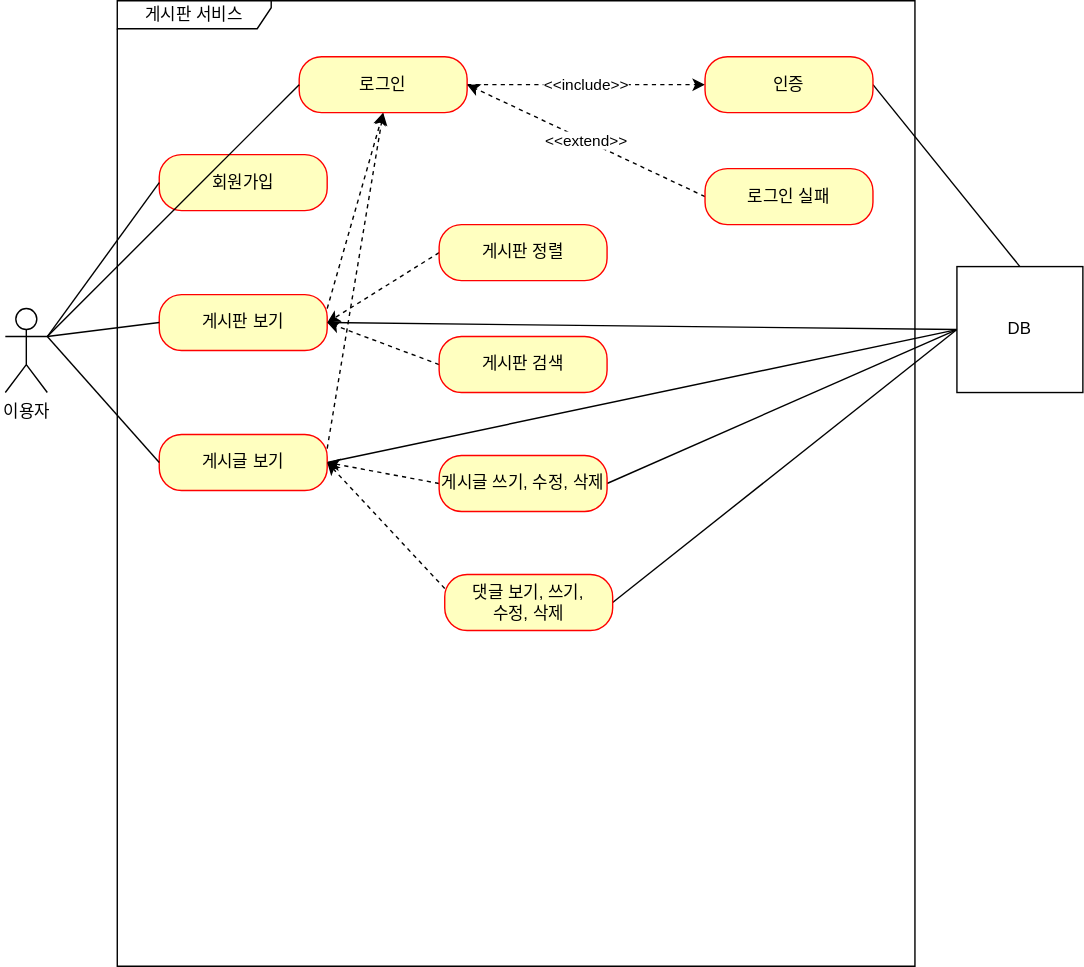
whwlsgkr7/MyProject-board keeps this draw.io diagram as document/use-case.svg. Above is the earlier version. Source tidied: cells renumbered, new cells last; positions are measured from the earlier drawing's top-left corner, leaving out a move shared by most shapes.
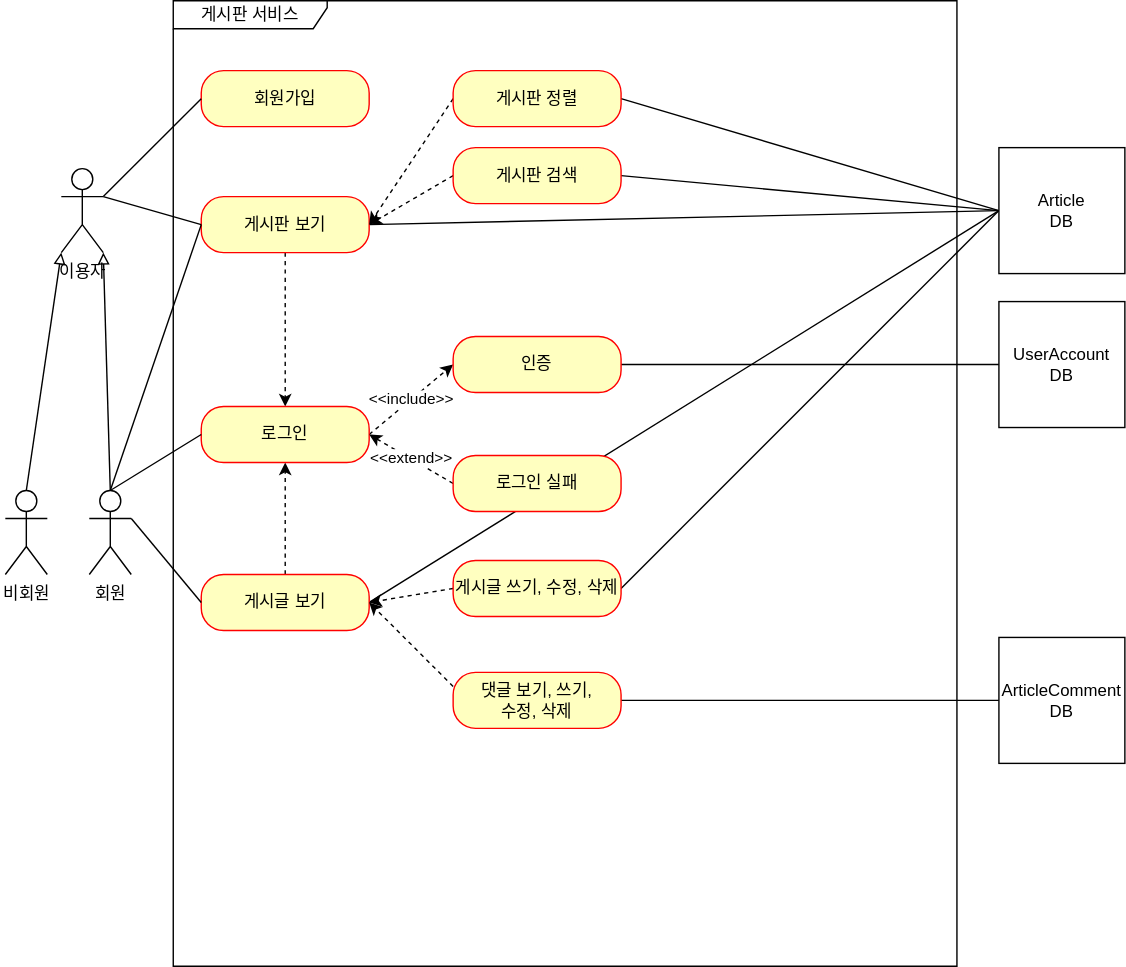
Later version of the same file.

Commit message:
use-case 업데이트

Diff of the diagram source:
```diff
@@ -3,72 +3,76 @@
     <mxCell id="0" />
     <mxCell id="1" parent="0" />
     <mxCell id="2" value="이용자" style="shape=umlActor;verticalLabelPosition=bottom;verticalAlign=top;html=1;" parent="1" vertex="1">
-      <mxGeometry y="220" width="30" height="60" as="geometry" />
+      <mxGeometry x="10" y="120" width="30" height="60" as="geometry" />
     </mxCell>
     <mxCell id="3" value="게시판 서비스" style="shape=umlFrame;whiteSpace=wrap;html=1;width=110;height=20;" parent="1" vertex="1">
-      <mxGeometry x="80" width="570" height="690" as="geometry" />
+      <mxGeometry x="90" width="560" height="690" as="geometry" />
     </mxCell>
     <mxCell id="4" value="회원가입" style="rounded=1;whiteSpace=wrap;html=1;arcSize=40;fontColor=#000000;fillColor=#ffffc0;strokeColor=#ff0000;" parent="1" vertex="1">
-      <mxGeometry x="110" y="110" width="120" height="40" as="geometry" />
+      <mxGeometry x="110" y="50" width="120" height="40" as="geometry" />
     </mxCell>
+    <mxCell id="6" style="edgeStyle=none;rounded=0;jettySize=auto;html=1;exitX=1;exitY=0.5;exitDx=0;exitDy=0;entryX=0;entryY=0.5;entryDx=0;entryDy=0;endArrow=none;endFill=0;" parent="1" edge="1" source="7" target="31">
+      <mxGeometry relative="1" as="geometry" />
+    </mxCell>
-    <mxCell id="5" style="edgeStyle=none;rounded=0;jettySize=auto;html=1;exitX=1;exitY=0.25;exitDx=0;exitDy=0;entryX=0.5;entryY=1;entryDx=0;entryDy=0;endArrow=classic;endFill=1;dashed=1;" parent="1" edge="1" source="7" target="12">
+    <mxCell id="5" style="edgeStyle=orthogonalEdgeStyle;rounded=0;jettySize=auto;html=1;exitX=0.5;exitY=1;exitDx=0;exitDy=0;entryX=0.5;entryY=0;entryDx=0;entryDy=0;dashed=1;" parent="1" edge="1" source="7" target="12">
       <mxGeometry relative="1" as="geometry" />
     </mxCell>
-    <mxCell id="6" style="edgeStyle=none;rounded=0;jettySize=auto;html=1;exitX=1;exitY=0.5;exitDx=0;exitDy=0;entryX=0;entryY=0.5;entryDx=0;entryDy=0;endArrow=none;endFill=0;" parent="1" edge="1" source="7" target="31">
-      <mxGeometry relative="1" as="geometry" />
-    </mxCell>
     <mxCell id="7" value="게시판 보기" style="rounded=1;whiteSpace=wrap;html=1;arcSize=40;fontColor=#000000;fillColor=#ffffc0;strokeColor=#ff0000;" parent="1" vertex="1">
-      <mxGeometry x="110" y="210" width="120" height="40" as="geometry" />
+      <mxGeometry x="110" y="140" width="120" height="40" as="geometry" />
     </mxCell>
-    <mxCell id="8" style="edgeStyle=none;rounded=0;jettySize=auto;html=1;exitX=1;exitY=0.25;exitDx=0;exitDy=0;endArrow=classic;endFill=1;dashed=1;" parent="1" edge="1" source="10">
-      <mxGeometry relative="1" as="geometry">
-        <mxPoint x="270" y="80" as="targetPoint" />
-      </mxGeometry>
-    </mxCell>
     <mxCell id="9" style="edgeStyle=none;rounded=0;jettySize=auto;html=1;exitX=1;exitY=0.5;exitDx=0;exitDy=0;entryX=0;entryY=0.5;entryDx=0;entryDy=0;endArrow=none;endFill=0;" parent="1" edge="1" source="10" target="31">
       <mxGeometry relative="1" as="geometry" />
     </mxCell>
+    <mxCell id="32" style="edgeStyle=orthogonalEdgeStyle;rounded=0;jettySize=auto;html=1;exitX=0.5;exitY=0;exitDx=0;exitDy=0;entryX=0.5;entryY=1;entryDx=0;entryDy=0;dashed=1;" parent="1" edge="1" source="10" target="12">
+      <mxGeometry relative="1" as="geometry" />
+    </mxCell>
     <mxCell id="10" value="게시글 보기" style="rounded=1;whiteSpace=wrap;html=1;arcSize=40;fontColor=#000000;fillColor=#ffffc0;strokeColor=#ff0000;" parent="1" vertex="1">
-      <mxGeometry x="110" y="310" width="120" height="40" as="geometry" />
+      <mxGeometry x="110" y="410" width="120" height="40" as="geometry" />
     </mxCell>
     <mxCell id="11" value="&amp;lt;&amp;lt;include&amp;gt;&amp;gt;" style="rounded=0;jettySize=auto;html=1;exitX=1;exitY=0.5;exitDx=0;exitDy=0;entryX=0;entryY=0.5;entryDx=0;entryDy=0;endArrow=classic;endFill=1;dashed=1;" parent="1" edge="1" source="12" target="16">
       <mxGeometry relative="1" as="geometry" />
     </mxCell>
     <mxCell id="12" value="로그인" style="rounded=1;whiteSpace=wrap;html=1;arcSize=40;fontColor=#000000;fillColor=#ffffc0;strokeColor=#ff0000;" parent="1" vertex="1">
-      <mxGeometry x="210" y="40" width="120" height="40" as="geometry" />
+      <mxGeometry x="110" y="290" width="120" height="40" as="geometry" />
     </mxCell>
     <mxCell id="13" value="&amp;lt;&amp;lt;extend&amp;gt;&amp;gt;" style="rounded=0;jettySize=auto;html=1;exitX=0;exitY=0.5;exitDx=0;exitDy=0;entryX=1;entryY=0.5;entryDx=0;entryDy=0;dashed=1;endArrow=classic;endFill=1;" parent="1" edge="1" source="14" target="12">
       <mxGeometry relative="1" as="geometry" />
     </mxCell>
     <mxCell id="14" value="로그인 실패" style="rounded=1;whiteSpace=wrap;html=1;arcSize=40;fontColor=#000000;fillColor=#ffffc0;strokeColor=#ff0000;" parent="1" vertex="1">
-      <mxGeometry x="500" y="120" width="120" height="40" as="geometry" />
+      <mxGeometry x="290" y="325" width="120" height="40" as="geometry" />
     </mxCell>
-    <mxCell id="15" style="edgeStyle=none;rounded=0;jettySize=auto;html=1;exitX=1;exitY=0.5;exitDx=0;exitDy=0;entryX=0.5;entryY=0;entryDx=0;entryDy=0;endArrow=none;endFill=0;" parent="1" edge="1" source="16" target="31">
-      <mxGeometry relative="1" as="geometry" />
-    </mxCell>
+    <mxCell id="33" style="rounded=0;jettySize=auto;html=1;exitX=1;exitY=0.5;exitDx=0;exitDy=0;entryX=0;entryY=0.5;entryDx=0;entryDy=0;endArrow=none;endFill=0;" parent="1" edge="1" source="16" target="42">
+      <mxGeometry relative="1" as="geometry" />
+    </mxCell>
     <mxCell id="16" value="인증" style="rounded=1;whiteSpace=wrap;html=1;arcSize=40;fontColor=#000000;fillColor=#ffffc0;strokeColor=#ff0000;" parent="1" vertex="1">
-      <mxGeometry x="500" y="40" width="120" height="40" as="geometry" />
+      <mxGeometry x="290" y="240" width="120" height="40" as="geometry" />
     </mxCell>
     <mxCell id="17" style="edgeStyle=none;rounded=0;jettySize=auto;html=1;exitX=0;exitY=0.5;exitDx=0;exitDy=0;entryX=1;entryY=0.5;entryDx=0;entryDy=0;dashed=1;" parent="1" edge="1" source="18" target="7">
       <mxGeometry relative="1" as="geometry" />
     </mxCell>
+    <mxCell id="34" style="rounded=0;jettySize=auto;html=1;exitX=1;exitY=0.5;exitDx=0;exitDy=0;entryX=0;entryY=0.5;entryDx=0;entryDy=0;endArrow=none;endFill=0;" parent="1" edge="1" source="18" target="31">
+      <mxGeometry relative="1" as="geometry" />
+    </mxCell>
     <mxCell id="18" value="게시판 검색" style="rounded=1;whiteSpace=wrap;html=1;arcSize=40;fontColor=#000000;fillColor=#ffffc0;strokeColor=#ff0000;" parent="1" vertex="1">
-      <mxGeometry x="310" y="240" width="120" height="40" as="geometry" />
+      <mxGeometry x="290" y="105" width="120" height="40" as="geometry" />
     </mxCell>
     <mxCell id="19" style="edgeStyle=none;rounded=0;jettySize=auto;html=1;exitX=0;exitY=0.5;exitDx=0;exitDy=0;entryX=1;entryY=0.5;entryDx=0;entryDy=0;dashed=1;" parent="1" edge="1" source="20" target="7">
       <mxGeometry relative="1" as="geometry" />
     </mxCell>
+    <mxCell id="35" style="rounded=0;jettySize=auto;html=1;exitX=1;exitY=0.5;exitDx=0;exitDy=0;entryX=0;entryY=0.5;entryDx=0;entryDy=0;endArrow=none;endFill=0;" parent="1" edge="1" source="20" target="31">
+      <mxGeometry relative="1" as="geometry" />
+    </mxCell>
     <mxCell id="20" value="게시판 정렬" style="rounded=1;whiteSpace=wrap;html=1;arcSize=40;fontColor=#000000;fillColor=#ffffc0;strokeColor=#ff0000;" parent="1" vertex="1">
-      <mxGeometry x="310" y="160" width="120" height="40" as="geometry" />
+      <mxGeometry x="290" y="50" width="120" height="40" as="geometry" />
     </mxCell>
     <mxCell id="21" style="edgeStyle=none;rounded=0;jettySize=auto;html=1;exitX=0;exitY=0.25;exitDx=0;exitDy=0;entryX=1;entryY=0.5;entryDx=0;entryDy=0;dashed=1;" parent="1" edge="1" source="23" target="10">
       <mxGeometry relative="1" as="geometry" />
     </mxCell>
-    <mxCell id="22" style="edgeStyle=none;rounded=0;jettySize=auto;html=1;exitX=1;exitY=0.5;exitDx=0;exitDy=0;entryX=0;entryY=0.5;entryDx=0;entryDy=0;endArrow=none;endFill=0;" parent="1" edge="1" source="23" target="31">
-      <mxGeometry relative="1" as="geometry" />
-    </mxCell>
+    <mxCell id="36" style="rounded=0;jettySize=auto;html=1;exitX=1;exitY=0.5;exitDx=0;exitDy=0;entryX=0;entryY=0.5;entryDx=0;entryDy=0;endArrow=none;endFill=0;" parent="1" edge="1" source="23" target="43">
+      <mxGeometry relative="1" as="geometry" />
+    </mxCell>
     <mxCell id="23" value="댓글 보기, 쓰기, &lt;br&gt;수정, 삭제" style="rounded=1;whiteSpace=wrap;html=1;arcSize=40;fontColor=#000000;fillColor=#ffffc0;strokeColor=#ff0000;" parent="1" vertex="1">
-      <mxGeometry x="314" y="410" width="120" height="40" as="geometry" />
+      <mxGeometry x="290" y="480" width="120" height="40" as="geometry" />
     </mxCell>
     <mxCell id="24" style="edgeStyle=none;rounded=0;jettySize=auto;html=1;exitX=0;exitY=0.5;exitDx=0;exitDy=0;entryX=1;entryY=0.5;entryDx=0;entryDy=0;dashed=1;" parent="1" edge="1" source="26" target="10">
       <mxGeometry relative="1" as="geometry" />
@@ -77,22 +81,43 @@
       <mxGeometry relative="1" as="geometry" />
     </mxCell>
     <mxCell id="26" value="게시글 쓰기, 수정, 삭제" style="rounded=1;whiteSpace=wrap;html=1;arcSize=40;fontColor=#000000;fillColor=#ffffc0;strokeColor=#ff0000;" parent="1" vertex="1">
-      <mxGeometry x="310" y="325" width="120" height="40" as="geometry" />
+      <mxGeometry x="290" y="400" width="120" height="40" as="geometry" />
     </mxCell>
     <mxCell id="27" style="rounded=0;jettySize=auto;html=1;exitX=0;exitY=0.5;exitDx=0;exitDy=0;entryX=1;entryY=0.3333333333333333;entryDx=0;entryDy=0;entryPerimeter=0;endArrow=none;endFill=0;" parent="1" edge="1" source="4" target="2">
       <mxGeometry relative="1" as="geometry" />
     </mxCell>
-    <mxCell id="28" style="rounded=0;jettySize=auto;html=1;exitX=0;exitY=0.5;exitDx=0;exitDy=0;entryX=1;entryY=0.3333333333333333;entryDx=0;entryDy=0;entryPerimeter=0;endArrow=none;endFill=0;" parent="1" edge="1" source="12" target="2">
+    <mxCell id="28" style="rounded=0;jettySize=auto;html=1;exitX=0;exitY=0.5;exitDx=0;exitDy=0;entryX=0.5;entryY=0;entryDx=0;entryDy=0;entryPerimeter=0;endArrow=none;endFill=0;" parent="1" edge="1" source="12" target="38">
       <mxGeometry relative="1" as="geometry" />
     </mxCell>
     <mxCell id="29" style="rounded=0;jettySize=auto;html=1;exitX=0;exitY=0.5;exitDx=0;exitDy=0;entryX=1;entryY=0.3333333333333333;entryDx=0;entryDy=0;entryPerimeter=0;endArrow=none;endFill=0;" parent="1" edge="1" source="7" target="2">
       <mxGeometry relative="1" as="geometry" />
     </mxCell>
-    <mxCell id="30" style="rounded=0;jettySize=auto;html=1;exitX=0;exitY=0.5;exitDx=0;exitDy=0;entryX=1;entryY=0.3333333333333333;entryDx=0;entryDy=0;entryPerimeter=0;endArrow=none;endFill=0;" parent="1" edge="1" source="10" target="2">
+    <mxCell id="30" style="rounded=0;jettySize=auto;html=1;exitX=0;exitY=0.5;exitDx=0;exitDy=0;entryX=1;entryY=0.3333333333333333;entryDx=0;entryDy=0;entryPerimeter=0;endArrow=none;endFill=0;" parent="1" edge="1" source="10" target="38">
       <mxGeometry relative="1" as="geometry" />
     </mxCell>
-    <mxCell id="31" value="DB" style="html=1;whiteSpace=wrap;" parent="1" vertex="1">
-      <mxGeometry x="680" y="190" width="90" height="90" as="geometry" />
+    <mxCell id="31" value="Article&lt;br&gt;DB" style="html=1;whiteSpace=wrap;" parent="1" vertex="1">
+      <mxGeometry x="680" y="105" width="90" height="90" as="geometry" />
     </mxCell>
+    <mxCell id="37" style="rounded=0;jettySize=auto;html=1;exitX=0.5;exitY=0;exitDx=0;exitDy=0;exitPerimeter=0;entryX=0;entryY=0.5;entryDx=0;entryDy=0;endArrow=none;endFill=0;" parent="1" edge="1" source="38" target="7">
+      <mxGeometry relative="1" as="geometry" />
+    </mxCell>
+    <mxCell id="38" value="회원" style="shape=umlActor;verticalLabelPosition=bottom;verticalAlign=top;html=1;outlineConnect=0;" parent="1" vertex="1">
+      <mxGeometry x="30" y="350" width="30" height="60" as="geometry" />
+    </mxCell>
+    <mxCell id="39" value="비회원" style="shape=umlActor;verticalLabelPosition=bottom;verticalAlign=top;html=1;outlineConnect=0;" parent="1" vertex="1">
+      <mxGeometry x="-30" y="350" width="30" height="60" as="geometry" />
+    </mxCell>
+    <mxCell id="40" style="rounded=0;jettySize=auto;html=1;exitX=0.5;exitY=0;exitDx=0;exitDy=0;exitPerimeter=0;entryX=0;entryY=1;entryDx=0;entryDy=0;entryPerimeter=0;endArrow=block;endFill=0;" parent="1" edge="1" source="39" target="2">
+      <mxGeometry relative="1" as="geometry" />
+    </mxCell>
+    <mxCell id="41" style="rounded=0;jettySize=auto;html=1;exitX=0.5;exitY=0;exitDx=0;exitDy=0;exitPerimeter=0;entryX=1;entryY=1;entryDx=0;entryDy=0;entryPerimeter=0;endArrow=block;endFill=0;" parent="1" edge="1" source="38" target="2">
+      <mxGeometry relative="1" as="geometry" />
+    </mxCell>
+    <mxCell id="42" value="UserAccount DB" style="html=1;whiteSpace=wrap;" parent="1" vertex="1">
+      <mxGeometry x="680" y="215" width="90" height="90" as="geometry" />
+    </mxCell>
+    <mxCell id="43" value="ArticleComment&lt;br&gt;DB" style="html=1;whiteSpace=wrap;" parent="1" vertex="1">
+      <mxGeometry x="680" y="455" width="90" height="90" as="geometry" />
+    </mxCell>
   </root>
 </mxGraphModel>
```
